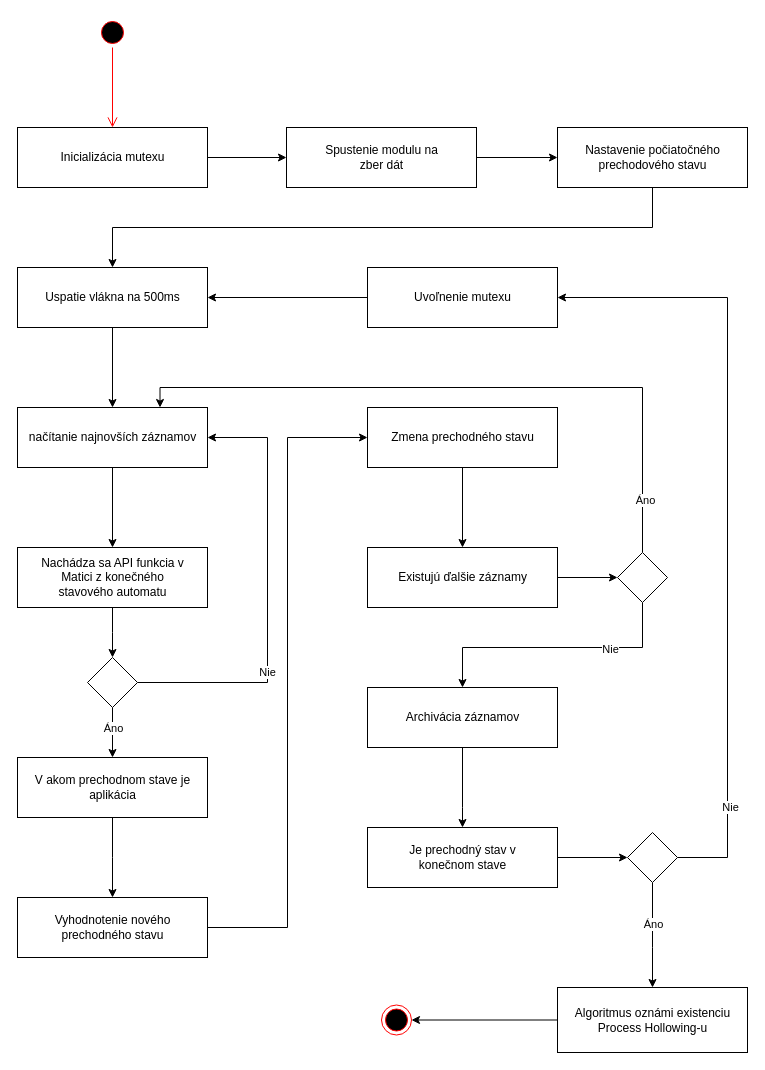
Before: img/uml diagram.drawio in Artanis321/Bakalarka, a draw.io diagram. Source tidied: cells renumbered, new cells numbered last; positions are measured from the earlier drawing's top-left corner, leaving out a move shared by most shapes. Both pictures are drawn from the tidied source at 100%, with x=0, y=0 at pixel (17, 17).
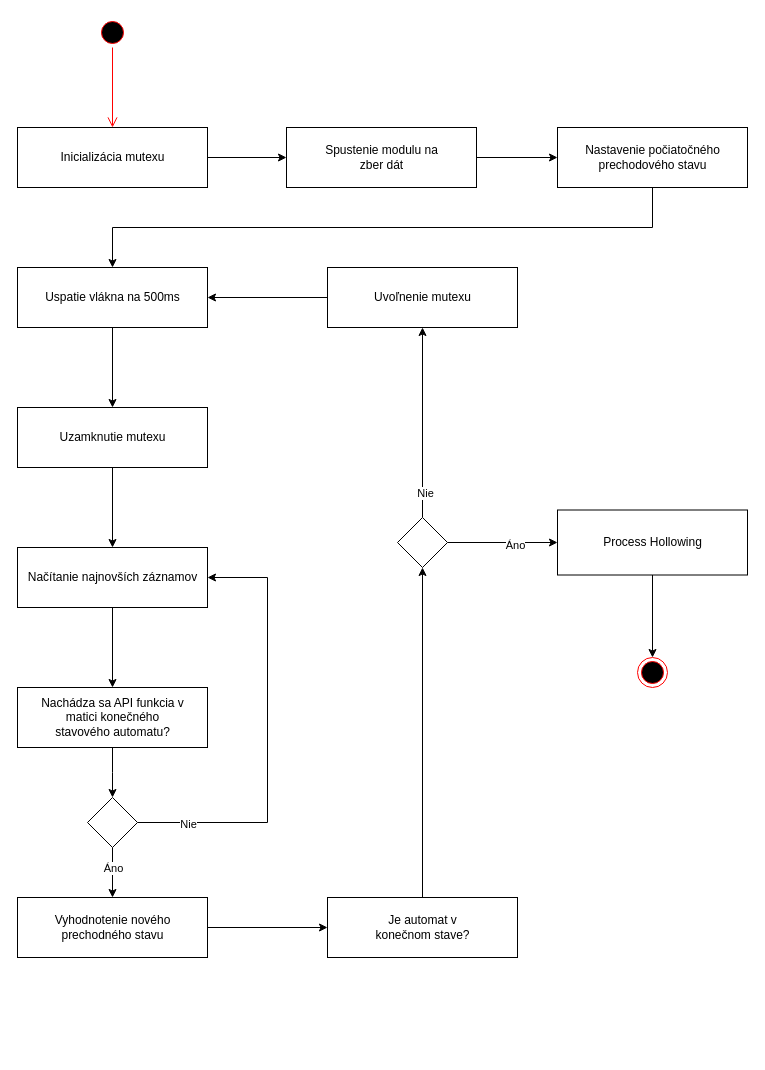
After the change.

The change refers to these unchanged cells:
```xml
<mxCell id="11" value="Uspatie vlákna na 500ms" style="html=1;" parent="1" vertex="1">
  <mxGeometry y="250" width="190" height="60" as="geometry" />
</mxCell>
<mxCell id="24" value="Vyhodnotenie nového&lt;br&gt;prechodného stavu" style="html=1;" parent="1" vertex="1">
  <mxGeometry y="880" width="190" height="60" as="geometry" />
</mxCell>
```

What changed in the source:
```diff
@@
-    <mxCell id="10" style="edgeStyle=orthogonalEdgeStyle;rounded=0;jettySize=auto;html=1;entryX=0.5;entryY=0;entryDx=0;entryDy=0;" parent="1" edge="1" source="11" target="13">
-      <mxGeometry relative="1" as="geometry" />
-    </mxCell>
+    <mxCell id="48" style="edgeStyle=orthogonalEdgeStyle;rounded=0;jettySize=auto;html=1;entryX=0.5;entryY=0;entryDx=0;entryDy=0;" parent="1" edge="1" source="11" target="53">
+      <mxGeometry relative="1" as="geometry" />
+    </mxCell>
@@
-    <mxCell id="13" value="načítanie najnovších záznamov" style="html=1;" parent="1" vertex="1">
-      <mxGeometry y="390" width="190" height="60" as="geometry" />
+    <mxCell id="13" value="Načítanie najnovších záznamov" style="html=1;" parent="1" vertex="1">
+      <mxGeometry y="530" width="190" height="60" as="geometry" />
     </mxCell>
     <mxCell id="14" style="edgeStyle=orthogonalEdgeStyle;rounded=0;jettySize=auto;html=1;" parent="1" edge="1" source="15">
       <mxGeometry relative="1" as="geometry">
-        <mxPoint x="95" y="640" as="targetPoint" />
+        <mxPoint x="95" y="780" as="targetPoint" />
       </mxGeometry>
     </mxCell>
-    <mxCell id="15" value="Nachádza sa API funkcia v &lt;br&gt;Matici z konečného&lt;br&gt;stavového automatu" style="html=1;" parent="1" vertex="1">
-      <mxGeometry y="530" width="190" height="60" as="geometry" />
+    <mxCell id="15" value="Nachádza sa API funkcia v &lt;br&gt;matici konečného&lt;br&gt;stavového automatu?" style="html=1;" parent="1" vertex="1">
+      <mxGeometry y="670" width="190" height="60" as="geometry" />
     </mxCell>
     <mxCell id="16" style="edgeStyle=orthogonalEdgeStyle;rounded=0;jettySize=auto;html=1;entryX=1;entryY=0.5;entryDx=0;entryDy=0;" parent="1" edge="1" source="20" target="13">
       <mxGeometry relative="1" as="geometry">
         <Array as="points">
-          <mxPoint x="250" y="665" />
-          <mxPoint x="250" y="420" />
+          <mxPoint x="250" y="805" />
+          <mxPoint x="250" y="560" />
         </Array>
       </mxGeometry>
     </mxCell>
     <mxCell id="17" value="Nie" style="edgeLabel;html=1;align=center;verticalAlign=middle;" parent="16" vertex="1">
-      <mxGeometry x="-0.35" y="1" relative="1" as="geometry" />
+      <mxGeometry x="-0.35" y="1" relative="1" as="geometry">
+        <mxPoint x="-79" y="12" as="offset" />
+      </mxGeometry>
     </mxCell>
-    <mxCell id="18" style="edgeStyle=orthogonalEdgeStyle;rounded=0;jettySize=auto;html=1;" parent="1" edge="1" source="20" target="22">
-      <mxGeometry relative="1" as="geometry">
-        <Array as="points">
-          <mxPoint x="95" y="740" />
-          <mxPoint x="95" y="740" />
-        </Array>
-      </mxGeometry>
+    <mxCell id="18" style="edgeStyle=orthogonalEdgeStyle;rounded=0;jettySize=auto;html=1;entryX=0.5;entryY=0;entryDx=0;entryDy=0;" parent="1" edge="1" source="20" target="24">
+      <mxGeometry relative="1" as="geometry" />
     </mxCell>
@@
     <mxCell id="20" style="rhombus;whiteSpace=wrap;html=1;" parent="1" vertex="1">
-      <mxGeometry x="70" y="640" width="50" height="50" as="geometry" />
+      <mxGeometry x="70" y="780" width="50" height="50" as="geometry" />
     </mxCell>
-    <mxCell id="21" style="edgeStyle=orthogonalEdgeStyle;rounded=0;jettySize=auto;html=1;" parent="1" edge="1" source="22" target="24">
-      <mxGeometry relative="1" as="geometry">
-        <Array as="points">
-          <mxPoint x="95" y="840" />
-          <mxPoint x="95" y="840" />
-        </Array>
-      </mxGeometry>
-    </mxCell>
-    <mxCell id="22" value="V akom prechodnom stave je&lt;br&gt;aplikácia" style="html=1;" parent="1" vertex="1">
-      <mxGeometry y="740" width="190" height="60" as="geometry" />
-    </mxCell>
-    <mxCell id="23" style="edgeStyle=orthogonalEdgeStyle;rounded=0;jettySize=auto;html=1;entryX=0;entryY=0.5;entryDx=0;entryDy=0;" parent="1" edge="1" source="24" target="26">
-      <mxGeometry relative="1" as="geometry" />
-    </mxCell>
+    <mxCell id="49" style="edgeStyle=orthogonalEdgeStyle;rounded=0;jettySize=auto;html=1;entryX=0;entryY=0.5;entryDx=0;entryDy=0;" parent="1" edge="1" source="24" target="37">
+      <mxGeometry relative="1" as="geometry" />
+    </mxCell>
@@
-    <mxCell id="25" style="edgeStyle=orthogonalEdgeStyle;rounded=0;jettySize=auto;html=1;entryX=0.5;entryY=0;entryDx=0;entryDy=0;" parent="1" edge="1" source="26" target="28">
-      <mxGeometry relative="1" as="geometry" />
-    </mxCell>
-    <mxCell id="26" value="Zmena prechodného stavu" style="html=1;" parent="1" vertex="1">
-      <mxGeometry x="350" y="390" width="190" height="60" as="geometry" />
-    </mxCell>
-    <mxCell id="27" style="edgeStyle=orthogonalEdgeStyle;rounded=0;jettySize=auto;html=1;entryX=0;entryY=0.5;entryDx=0;entryDy=0;" parent="1" edge="1" source="28" target="33">
-      <mxGeometry relative="1" as="geometry" />
-    </mxCell>
-    <mxCell id="28" value="Existujú ďalšie záznamy" style="html=1;" parent="1" vertex="1">
-      <mxGeometry x="350" y="530" width="190" height="60" as="geometry" />
-    </mxCell>
-    <mxCell id="29" style="edgeStyle=orthogonalEdgeStyle;rounded=0;jettySize=auto;html=1;entryX=0.75;entryY=0;entryDx=0;entryDy=0;" parent="1" edge="1" source="33" target="13">
-      <mxGeometry relative="1" as="geometry">
-        <Array as="points">
-          <mxPoint x="625" y="370" />
-          <mxPoint x="143" y="370" />
-        </Array>
-      </mxGeometry>
-    </mxCell>
-    <mxCell id="30" value="Áno" style="edgeLabel;html=1;align=center;verticalAlign=middle;" parent="29" vertex="1">
-      <mxGeometry x="-0.84" y="-2" relative="1" as="geometry" />
-    </mxCell>
-    <mxCell id="31" style="edgeStyle=orthogonalEdgeStyle;rounded=0;jettySize=auto;html=1;entryX=0.5;entryY=0;entryDx=0;entryDy=0;" parent="1" edge="1" source="33" target="35">
-      <mxGeometry relative="1" as="geometry">
-        <Array as="points">
-          <mxPoint x="625" y="630" />
-          <mxPoint x="445" y="630" />
-        </Array>
-      </mxGeometry>
-    </mxCell>
-    <mxCell id="32" value="Nie" style="edgeLabel;html=1;align=center;verticalAlign=middle;" parent="31" vertex="1">
-      <mxGeometry x="-0.66" y="-33" relative="1" as="geometry">
-        <mxPoint x="-33" y="34" as="offset" />
-      </mxGeometry>
-    </mxCell>
-    <mxCell id="33" style="rhombus;whiteSpace=wrap;html=1;" parent="1" vertex="1">
-      <mxGeometry x="600" y="535" width="50" height="50" as="geometry" />
-    </mxCell>
-    <mxCell id="34" style="edgeStyle=orthogonalEdgeStyle;rounded=0;jettySize=auto;html=1;" parent="1" edge="1" source="35" target="37">
-      <mxGeometry relative="1" as="geometry">
-        <Array as="points">
-          <mxPoint x="445" y="790" />
-          <mxPoint x="445" y="790" />
-        </Array>
-      </mxGeometry>
-    </mxCell>
-    <mxCell id="35" value="Archivácia záznamov" style="html=1;" parent="1" vertex="1">
-      <mxGeometry x="350" y="670" width="190" height="60" as="geometry" />
-    </mxCell>
-    <mxCell id="36" style="edgeStyle=orthogonalEdgeStyle;rounded=0;jettySize=auto;html=1;entryX=0;entryY=0.5;entryDx=0;entryDy=0;" parent="1" edge="1" source="37" target="42">
+    <mxCell id="36" style="edgeStyle=orthogonalEdgeStyle;rounded=0;jettySize=auto;html=1;entryX=0.5;entryY=1;entryDx=0;entryDy=0;" parent="1" edge="1" source="37" target="42">
       <mxGeometry relative="1" as="geometry" />
     </mxCell>
-    <mxCell id="37" value="Je prechodný stav v &lt;br&gt;konečnom stave" style="html=1;" parent="1" vertex="1">
-      <mxGeometry x="350" y="810" width="190" height="60" as="geometry" />
+    <mxCell id="37" value="Je automat v &lt;br&gt;konečnom stave?" style="html=1;" parent="1" vertex="1">
+      <mxGeometry x="310" y="880" width="190" height="60" as="geometry" />
     </mxCell>
-    <mxCell id="38" style="edgeStyle=orthogonalEdgeStyle;rounded=0;jettySize=auto;html=1;entryX=1;entryY=0.5;entryDx=0;entryDy=0;" parent="1" edge="1" source="42" target="44">
-      <mxGeometry relative="1" as="geometry">
-        <Array as="points">
-          <mxPoint x="710" y="840" />
-          <mxPoint x="710" y="280" />
-        </Array>
-      </mxGeometry>
+    <mxCell id="38" style="edgeStyle=orthogonalEdgeStyle;rounded=0;jettySize=auto;html=1;entryX=0.5;entryY=1;entryDx=0;entryDy=0;" parent="1" edge="1" source="42" target="44">
+      <mxGeometry relative="1" as="geometry" />
     </mxCell>
@@
-    <mxCell id="40" style="edgeStyle=orthogonalEdgeStyle;rounded=0;jettySize=auto;html=1;entryX=0.5;entryY=0;entryDx=0;entryDy=0;" parent="1" edge="1" source="42">
-      <mxGeometry relative="1" as="geometry">
-        <mxPoint x="635" y="970" as="targetPoint" />
-        <Array as="points">
-          <mxPoint x="635" y="930" />
-          <mxPoint x="635" y="930" />
-        </Array>
-      </mxGeometry>
-    </mxCell>
-    <mxCell id="41" value="Áno" style="edgeLabel;html=1;align=center;verticalAlign=middle;" parent="40" vertex="1">
-      <mxGeometry x="-0.21" relative="1" as="geometry" />
-    </mxCell>
+    <mxCell id="50" style="edgeStyle=orthogonalEdgeStyle;rounded=0;jettySize=auto;html=1;entryX=0;entryY=0.5;entryDx=0;entryDy=0;" parent="1" edge="1" source="42" target="46">
+      <mxGeometry relative="1" as="geometry" />
+    </mxCell>
+    <mxCell id="51" value="Áno" style="edgeLabel;html=1;align=center;verticalAlign=middle;" parent="50" vertex="1">
+      <mxGeometry x="0.21" y="-2" relative="1" as="geometry" />
+    </mxCell>
     <mxCell id="42" style="rhombus;whiteSpace=wrap;html=1;" parent="1" vertex="1">
-      <mxGeometry x="610" y="815" width="50" height="50" as="geometry" />
+      <mxGeometry x="380" y="500" width="50" height="50" as="geometry" />
     </mxCell>
@@
     <mxCell id="44" value="Uvoľnenie mutexu" style="html=1;" parent="1" vertex="1">
-      <mxGeometry x="350" y="250" width="190" height="60" as="geometry" />
+      <mxGeometry x="310" y="250" width="190" height="60" as="geometry" />
     </mxCell>
-    <mxCell id="45" style="edgeStyle=orthogonalEdgeStyle;rounded=0;jettySize=auto;html=1;entryX=1;entryY=0.5;entryDx=0;entryDy=0;" parent="1" edge="1" source="46" target="47">
+    <mxCell id="45" style="edgeStyle=orthogonalEdgeStyle;rounded=0;jettySize=auto;html=1;entryX=0.5;entryY=0;entryDx=0;entryDy=0;" parent="1" edge="1" source="46" target="47">
       <mxGeometry relative="1" as="geometry" />
     </mxCell>
-    <mxCell id="46" value="Algoritmus oznámi existenciu&lt;br&gt;Process Hollowing-u" style="html=1;" parent="1" vertex="1">
-      <mxGeometry x="540" y="970" width="190" height="65" as="geometry" />
+    <mxCell id="46" value="Process Hollowing" style="html=1;" parent="1" vertex="1">
+      <mxGeometry x="540" y="492.5" width="190" height="65" as="geometry" />
     </mxCell>
     <mxCell id="47" style="ellipse;html=1;shape=endState;fillColor=#000000;strokeColor=#ff0000;" parent="1" vertex="1">
-      <mxGeometry x="364" y="987.5" width="30" height="30" as="geometry" />
+      <mxGeometry x="620" y="640" width="30" height="30" as="geometry" />
     </mxCell>
+    <mxCell id="52" style="edgeStyle=orthogonalEdgeStyle;rounded=0;jettySize=auto;html=1;entryX=0.5;entryY=0;entryDx=0;entryDy=0;" parent="1" edge="1" source="53" target="13">
+      <mxGeometry relative="1" as="geometry" />
+    </mxCell>
+    <mxCell id="53" value="Uzamknutie mutexu" style="html=1;" parent="1" vertex="1">
+      <mxGeometry y="390" width="190" height="60" as="geometry" />
+    </mxCell>
```
